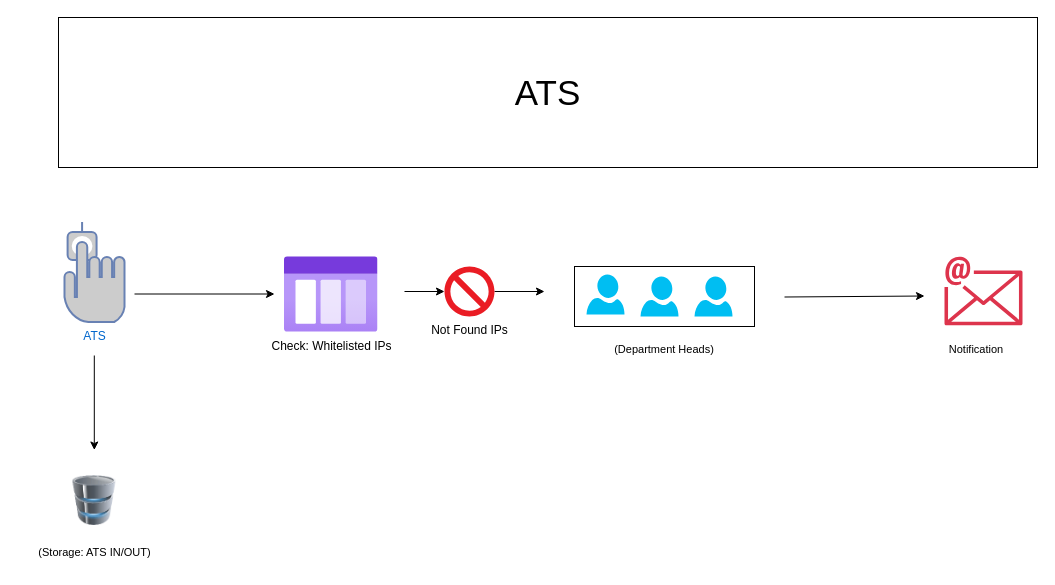
Above: ATS.drawio in jonreygalera/diagram (draw.io), before the change. Source tidied: cells renumbered, new cells numbered last; positions are measured from the earlier drawing's top-left corner, leaving out a move shared by most shapes. Both pictures are drawn from the tidied source at 100%, with x=0, y=0 at pixel (16, 17).
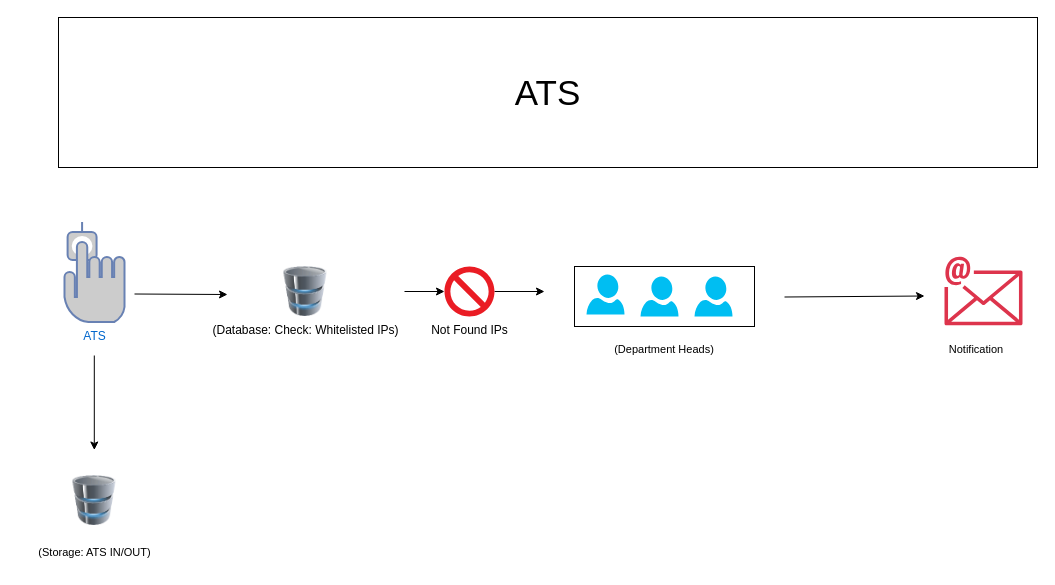
The same diagram, later.

The edit, as a diff of the source:
```diff
@@
-    <mxCell id="3" value="Check: Whitelisted IPs" style="image;html=1;align=center;fontSize=12;image=img/lib/azure2/general/Storage_Queue.svg;" parent="1" vertex="1">
-      <mxGeometry x="268" y="239" width="93.5" height="76" as="geometry" />
-    </mxCell>
@@
     <mxCell id="15" style="endArrow=classic;html=1;rounded=0;flowAnimation=0;" parent="1" edge="1">
       <mxGeometry relative="1" as="geometry">
         <mxPoint x="118" y="276.5" as="sourcePoint" />
-        <mxPoint x="258" y="276.5" as="targetPoint" />
+        <mxPoint x="211" y="277" as="targetPoint" />
       </mxGeometry>
     </mxCell>
@@
+    <mxCell id="20" value="(Database: Check: Whitelisted IPs)" style="image;html=1;image=img/lib/clip_art/computers/Database_128x128.png;" parent="1" vertex="1">
+      <mxGeometry x="249" y="249" width="80" height="50" as="geometry" />
+    </mxCell>
```
